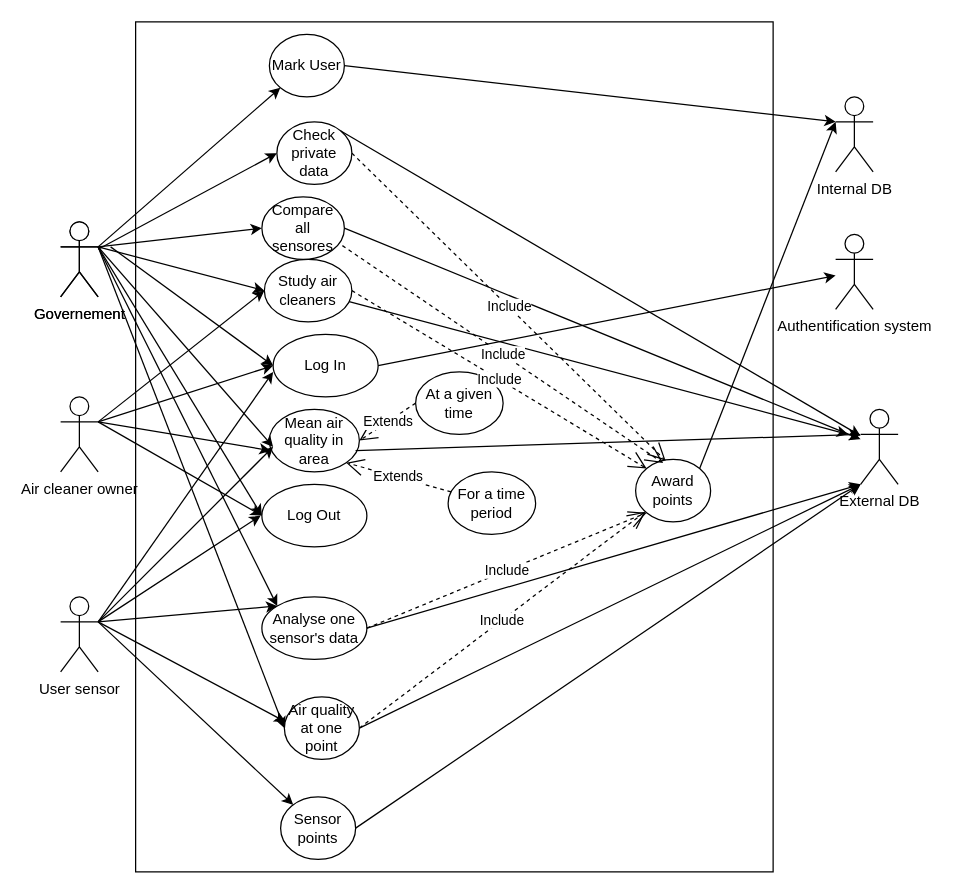
jimmywengzj/GL-TP keeps this draw.io diagram as 1 requirements specification/use case diagram.drawio. Above is the earlier version. Source tidied: cells renumbered, new cells numbered last; positions are measured from the earlier drawing's top-left corner, leaving out a move shared by most shapes. Both pictures are drawn from the tidied source at 125%, with x=0, y=0 at pixel (60, 21).
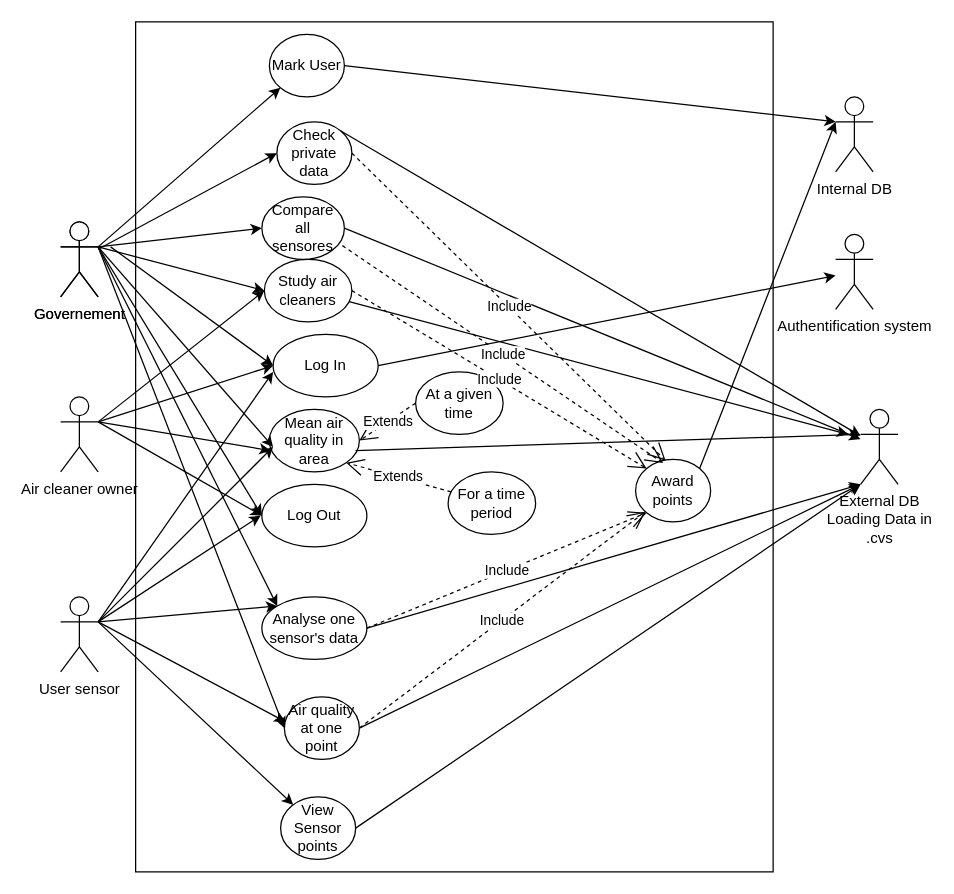
Above is the later version.

Commit message (it also covers changes not shown here):
defining sensonfunctions

Diff of the diagram source:
```diff
@@
-    <mxCell id="10" value="External DB" style="shape=umlActor;verticalLabelPosition=bottom;verticalAlign=top;html=1;outlineConnect=0;" parent="1" vertex="1">
+    <mxCell id="10" value="External DB&lt;br&gt;Loading Data in&lt;br&gt;.cvs" style="shape=umlActor;verticalLabelPosition=bottom;verticalAlign=top;html=1;outlineConnect=0;" parent="1" vertex="1">
       <mxGeometry x="640" y="310" width="30" height="60" as="geometry" />
     </mxCell>
@@
-    <mxCell id="38" value="Sensor points" style="ellipse;whiteSpace=wrap;html=1;" parent="1" vertex="1">
+    <mxCell id="38" value="View&lt;br&gt;Sensor points" style="ellipse;whiteSpace=wrap;html=1;" parent="1" vertex="1">
       <mxGeometry x="176" y="620" width="60" height="50" as="geometry" />
     </mxCell>
```
